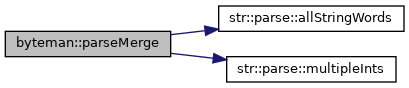
Earlier version of the Graphviz export classbyteman_a012f7c0279dac10df52f2e7927a8bfef_cgraph.png (FPGA-Research-Manchester/byteman). Its source is kept beside it as classbyteman_a012f7c0279dac10df52f2e7927a8bfef_cgraph.dot.
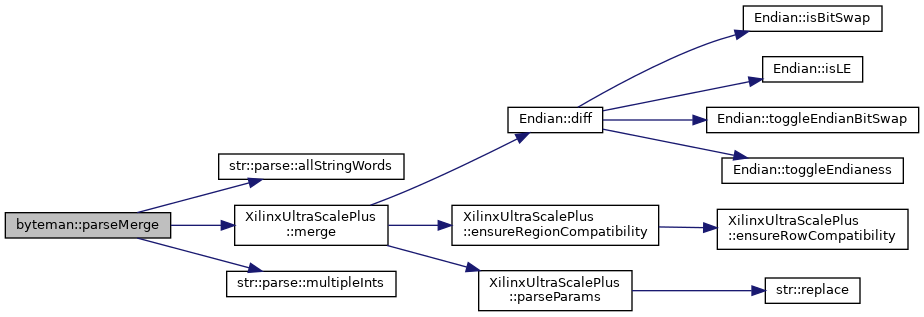
After the commit.

Diff of the diagram source:
```diff
@@ -7,5 +7,25 @@
   Node1 -> Node2 [color="midnightblue",fontsize="10",style="solid",fontname="Helvetica"];
   Node2 [label="str::parse::allStringWords",height=0.2,width=0.4,color="black", fillcolor="white", style="filled",URL="$namespacestr_1_1parse.html#a0b2fd42b74ce3f482b4f1ece5f24881e",tooltip=" "];
   Node1 -> Node3 [color="midnightblue",fontsize="10",style="solid",fontname="Helvetica"];
-  Node3 [label="str::parse::multipleInts",height=0.2,width=0.4,color="black", fillcolor="white", style="filled",URL="$namespacestr_1_1parse.html#a9f14cc7345a3fc0591a6afaf8033e6d1",tooltip=" "];
+  Node3 [label="XilinxUltraScalePlus\l::merge",height=0.2,width=0.4,color="black", fillcolor="white", style="filled",URL="$classXilinxUltraScalePlus.html#aa0e0292dad364e72a422f4733f5ca207",tooltip=" "];
+  Node3 -> Node4 [color="midnightblue",fontsize="10",style="solid",fontname="Helvetica"];
+  Node4 [label="Endian::diff",height=0.2,width=0.4,color="black", fillcolor="white", style="filled",URL="$namespaceEndian.html#a341a75d4d5983d8e5572d021f945d9a5",tooltip=" "];
+  Node4 -> Node5 [color="midnightblue",fontsize="10",style="solid",fontname="Helvetica"];
+  Node5 [label="Endian::isBitSwap",height=0.2,width=0.4,color="black", fillcolor="white", style="filled",URL="$namespaceEndian.html#a0ee71d0cfce8566775581dcef188a96e",tooltip=" "];
+  Node4 -> Node6 [color="midnightblue",fontsize="10",style="solid",fontname="Helvetica"];
+  Node6 [label="Endian::isLE",height=0.2,width=0.4,color="black", fillcolor="white", style="filled",URL="$namespaceEndian.html#a3b231283bb8c53be1fa195923b07364d",tooltip=" "];
+  Node4 -> Node7 [color="midnightblue",fontsize="10",style="solid",fontname="Helvetica"];
+  Node7 [label="Endian::toggleEndianBitSwap",height=0.2,width=0.4,color="black", fillcolor="white", style="filled",URL="$namespaceEndian.html#a46d41fb3e11006d6a325dae4e37f9740",tooltip=" "];
+  Node4 -> Node8 [color="midnightblue",fontsize="10",style="solid",fontname="Helvetica"];
+  Node8 [label="Endian::toggleEndianess",height=0.2,width=0.4,color="black", fillcolor="white", style="filled",URL="$namespaceEndian.html#ab07cde46e0b49a5e956bbe512540dd0f",tooltip=" "];
+  Node3 -> Node9 [color="midnightblue",fontsize="10",style="solid",fontname="Helvetica"];
+  Node9 [label="XilinxUltraScalePlus\l::ensureRegionCompatibility",height=0.2,width=0.4,color="black", fillcolor="white", style="filled",URL="$classXilinxUltraScalePlus.html#aee23123bf4e839c04197f1a8f11441e4",tooltip=" "];
+  Node9 -> Node10 [color="midnightblue",fontsize="10",style="solid",fontname="Helvetica"];
+  Node10 [label="XilinxUltraScalePlus\l::ensureRowCompatibility",height=0.2,width=0.4,color="black", fillcolor="white", style="filled",URL="$classXilinxUltraScalePlus.html#a2877557d807ee21ed7f111459380f944",tooltip=" "];
+  Node3 -> Node11 [color="midnightblue",fontsize="10",style="solid",fontname="Helvetica"];
+  Node11 [label="XilinxUltraScalePlus\l::parseParams",height=0.2,width=0.4,color="black", fillcolor="white", style="filled",URL="$classXilinxUltraScalePlus.html#aafd36c932d3c93bac078997a32ca8bc6",tooltip=" "];
+  Node11 -> Node12 [color="midnightblue",fontsize="10",style="solid",fontname="Helvetica"];
+  Node12 [label="str::replace",height=0.2,width=0.4,color="black", fillcolor="white", style="filled",URL="$namespacestr.html#ac23568893d7dd0123ecfc9105c9f3a69",tooltip=" "];
+  Node1 -> Node13 [color="midnightblue",fontsize="10",style="solid",fontname="Helvetica"];
+  Node13 [label="str::parse::multipleInts",height=0.2,width=0.4,color="black", fillcolor="white", style="filled",URL="$namespacestr_1_1parse.html#a9f14cc7345a3fc0591a6afaf8033e6d1",tooltip=" "];
 }
```
